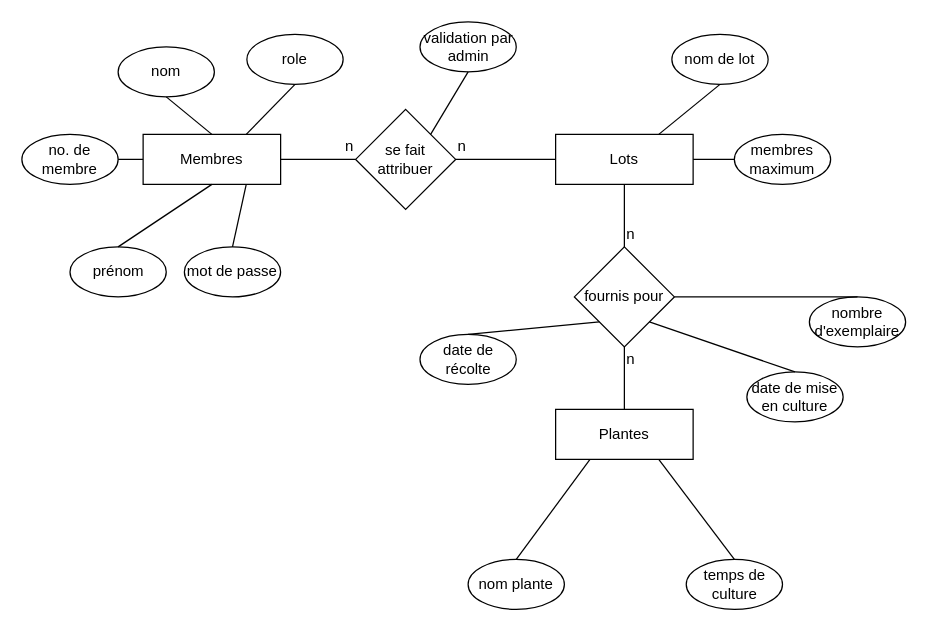
mintchilli/ift287_tp2 keeps this draw.io diagram as page "Page-1" (1 of 2) of Diagrammes/diagrammes.drawio. Above is the earlier version. Source tidied: cells renumbered, new cells numbered last; positions are measured from the earlier drawing's top-left corner, leaving out a move shared by most shapes. Both pictures are drawn from the tidied source at 125%, with x=0, y=0 at pixel (21, 21).
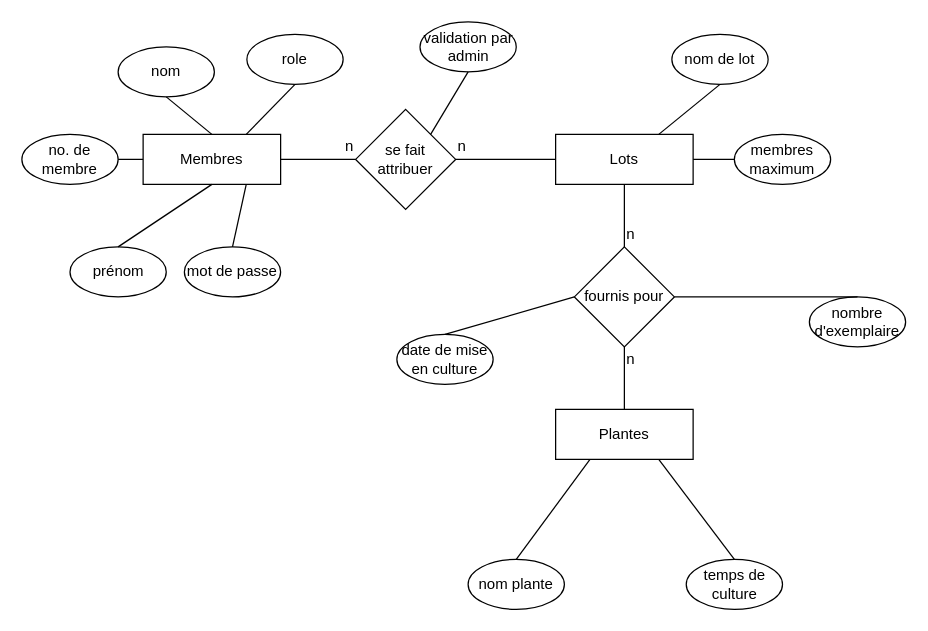
After the change.

The change refers to these unchanged cells:
```xml
<mxCell id="10" value="fournis pour" style="rhombus;whiteSpace=wrap;html=1;" parent="1" vertex="1">
  <mxGeometry x="442" y="180" width="80" height="80" as="geometry" />
</mxCell>
```

Change to the diagram source:
```diff
@@
-    <mxCell id="19" value="date de récolte" style="ellipse;whiteSpace=wrap;html=1;" parent="1" vertex="1">
-      <mxGeometry x="318.5" y="250" width="77" height="40" as="geometry" />
-    </mxCell>
     <mxCell id="20" value="date de mise en culture" style="ellipse;whiteSpace=wrap;html=1;" parent="1" vertex="1">
-      <mxGeometry x="580" y="280" width="77" height="40" as="geometry" />
+      <mxGeometry x="300" y="250" width="77" height="40" as="geometry" />
     </mxCell>
-    <mxCell id="21" style="endArrow=none;html=1;exitX=0.5;exitY=0;exitDx=0;exitDy=0;entryX=1;entryY=1;entryDx=0;entryDy=0;" parent="1" edge="1" source="20" target="10">
+    <mxCell id="21" style="endArrow=none;html=1;exitX=0.5;exitY=0;exitDx=0;exitDy=0;entryX=0;entryY=0.5;entryDx=0;entryDy=0;" parent="1" edge="1" source="20" target="10">
       <mxGeometry relative="1" as="geometry" />
     </mxCell>
-    <mxCell id="22" style="endArrow=none;html=1;entryX=0.5;entryY=0;entryDx=0;entryDy=0;exitX=0;exitY=1;exitDx=0;exitDy=0;" parent="1" edge="1" source="10" target="19">
-      <mxGeometry relative="1" as="geometry" />
-    </mxCell>
```
